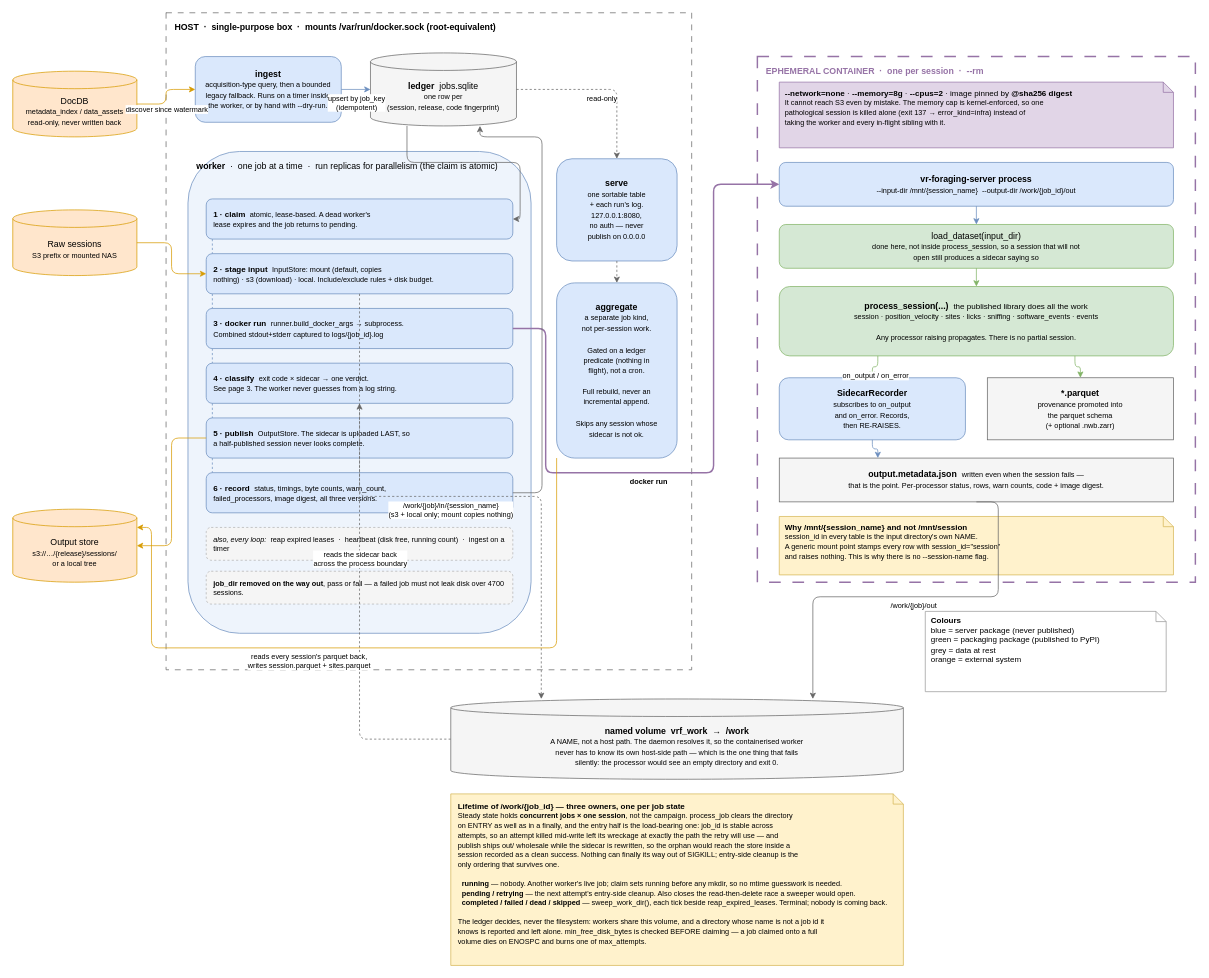
AllenNeuralDynamics/Aind.Behavior.VrForaging.Packaging keeps this draw.io diagram as page "1 · Runtime" (1 of 3) of docs/diagrams/server.drawio. Above is the earlier version. Source tidied: cells renumbered, new cells numbered last; positions are measured from the earlier drawing's top-left corner, leaving out a move shared by most shapes. Both pictures are drawn from the tidied source at 73%, with x=0, y=0 at pixel (12, 12).
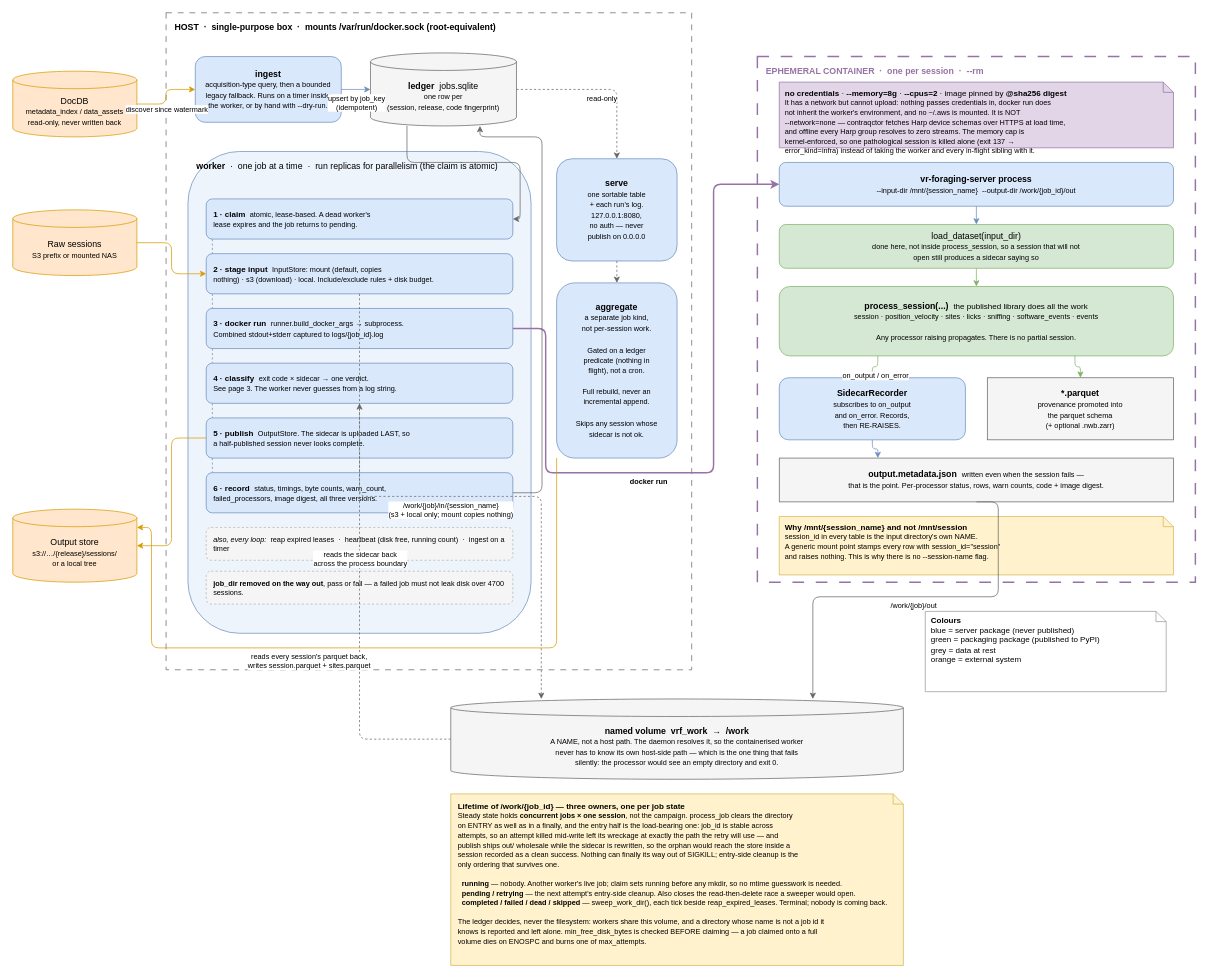
After the change.

Commit message (it also covers changes not shown here):
Give the processor container a network; it still gets no credentials

Change to the diagram source:
```diff
@@
-    <mxCell id="21" value="&lt;b&gt;--network=none&lt;/b&gt; · &lt;b&gt;--memory=8g&lt;/b&gt; · &lt;b&gt;--cpus=2&lt;/b&gt; · image pinned by &lt;b&gt;@sha256 digest&lt;/b&gt;&lt;br&gt;&lt;font style=&quot;font-size:10px&quot;&gt;It cannot reach S3 even by mistake. The memory cap is kernel-enforced, so one&lt;br&gt;pathological session is killed alone (exit 137 → error_kind=infra) instead of&lt;br&gt;taking the worker and every in-flight sibling with it.&lt;/font&gt;" style="shape=note;whiteSpace=wrap;html=1;fillColor=#e1d5e7;strokeColor=#9673a6;align=left;verticalAlign=top;size=14;fontSize=11;spacingLeft=6;spacingTop=2;" parent="1" vertex="1">
+    <mxCell id="21" value="&lt;b&gt;no credentials&lt;/b&gt; · &lt;b&gt;--memory=8g&lt;/b&gt; · &lt;b&gt;--cpus=2&lt;/b&gt; · image pinned by &lt;b&gt;@sha256 digest&lt;/b&gt;&lt;br&gt;&lt;font style=&quot;font-size:10px&quot;&gt;It has a network but cannot upload: nothing passes credentials in, docker run does&lt;br&gt;not inherit the worker's environment, and no ~/.aws is mounted. It is NOT&lt;br&gt;--network=none — contraqctor fetches Harp device schemas over HTTPS at load time,&lt;br&gt;and offline every Harp group resolves to zero streams. The memory cap is&lt;br&gt;kernel-enforced, so one pathological session is killed alone (exit 137 &amp;#8594;&lt;br&gt;error_kind=infra) instead of taking the worker and every in-flight sibling with it.&lt;/font&gt;" style="shape=note;whiteSpace=wrap;html=1;fillColor=#e1d5e7;strokeColor=#9673a6;align=left;verticalAlign=top;size=14;fontSize=11;spacingLeft=6;spacingTop=2;" parent="1" vertex="1">
       <mxGeometry x="1050" y="95" width="540" height="90" as="geometry" />
     </mxCell>
```
